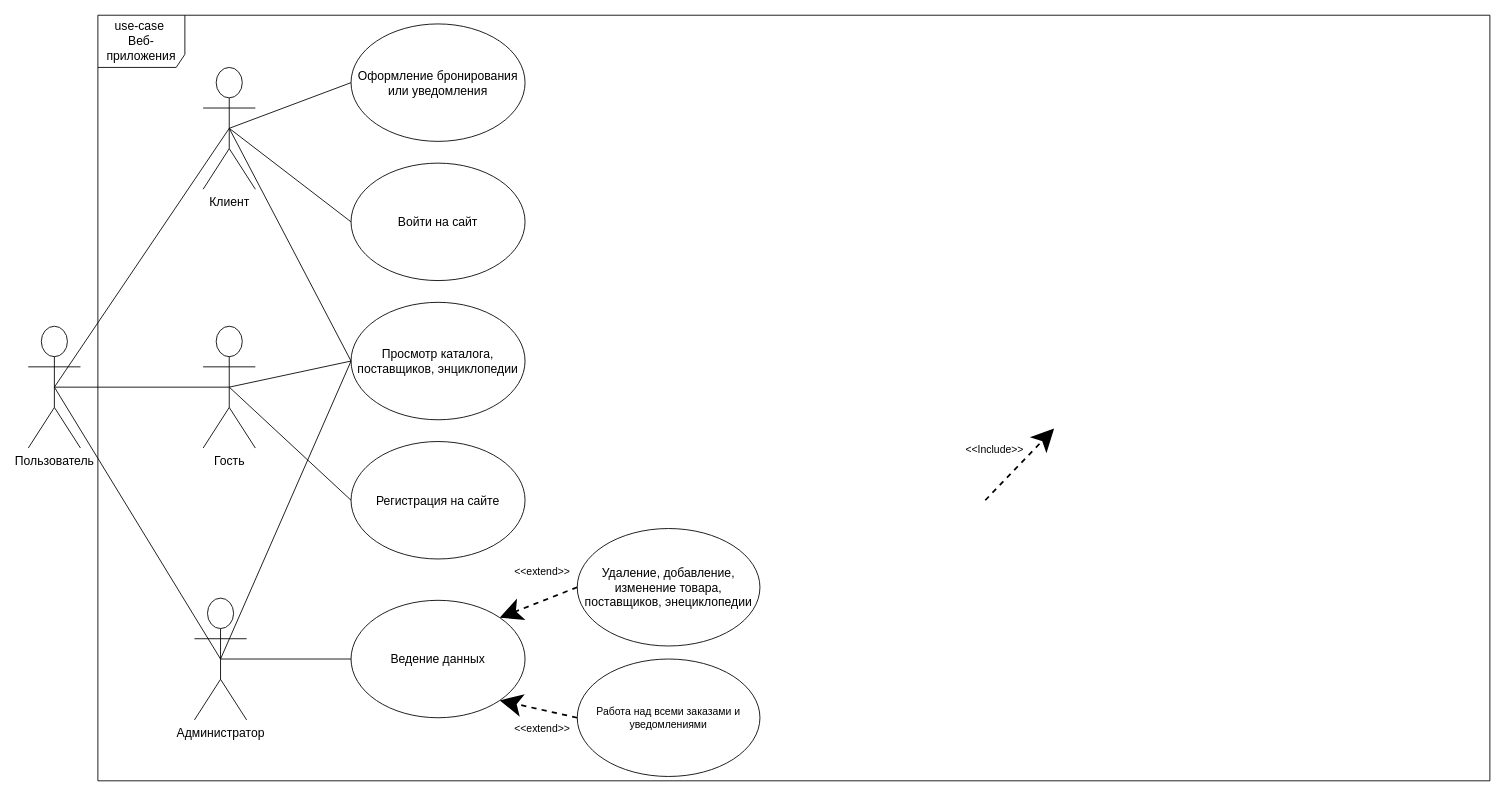
Earlier version of the draw.io diagram documentation/UML Web-appl.drawio (romankuz19/web-application-coursework). Source tidied: cells renumbered, new cells numbered last; positions are measured from the earlier drawing's top-left corner, leaving out a move shared by most shapes. Both pictures are drawn from the tidied source at 87%, with x=0, y=0 at pixel (28, 15).
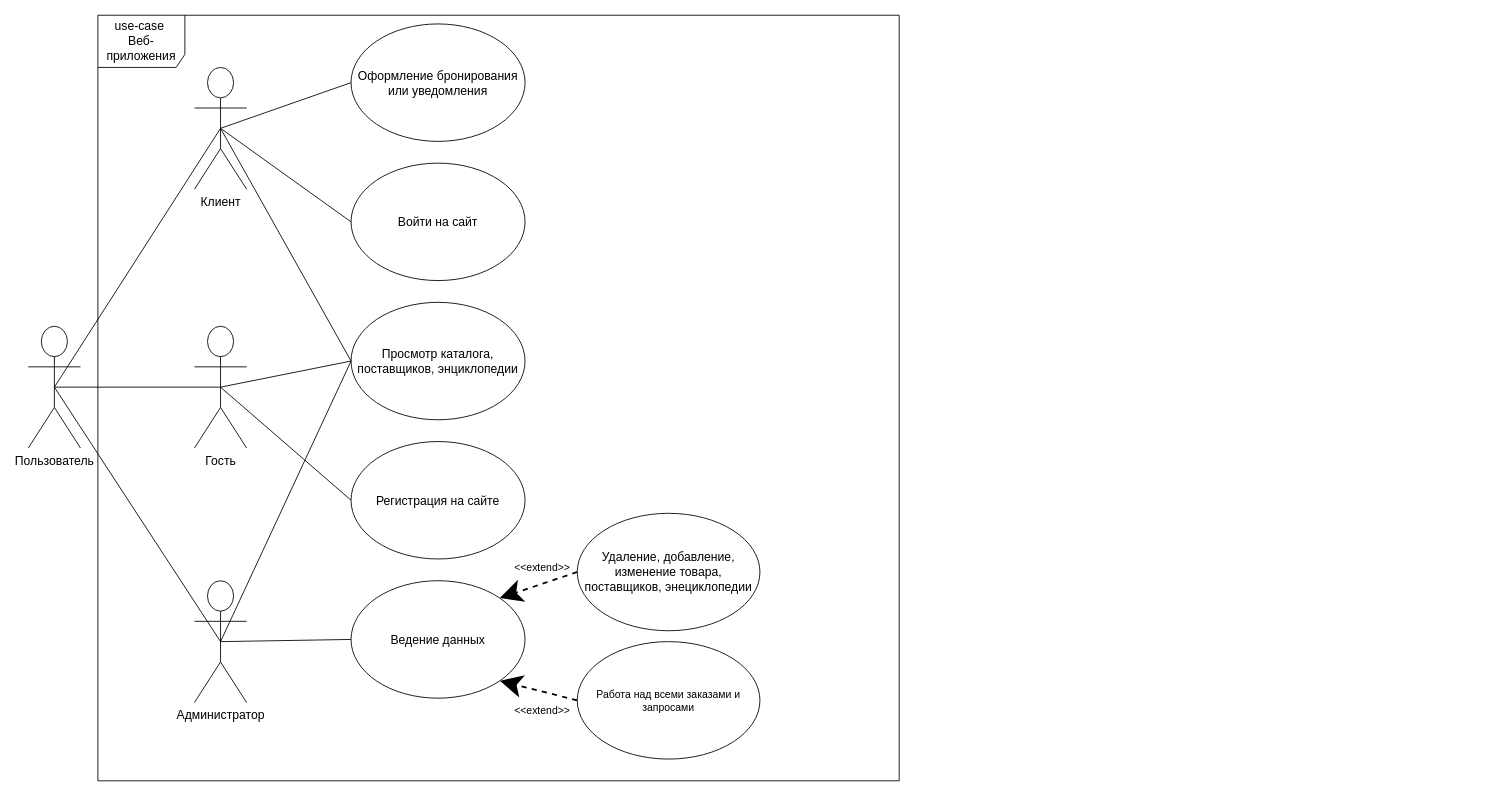
Above is the later version.

What changed in the source:
```diff
@@
     <mxCell id="2" value="&lt;font style=&quot;font-size: 14px&quot;&gt;use-case&amp;nbsp;&lt;br&gt;Веб-приложения&lt;br&gt;&lt;/font&gt;" style="shape=umlFrame;whiteSpace=wrap;html=1;width=100;height=60;perimeterSpacing=0;shadow=0;" parent="1" vertex="1">
-      <mxGeometry x="80" width="1600" height="880" as="geometry" />
+      <mxGeometry x="80" width="921" height="880" as="geometry" />
     </mxCell>
@@
-    <mxCell id="5" style="edgeStyle=none;rounded=0;jumpStyle=none;jumpSize=21;orthogonalLoop=1;jettySize=auto;html=1;exitX=1;exitY=0.5;exitDx=0;exitDy=0;entryX=0;entryY=1;entryDx=0;entryDy=0;dashed=1;startSize=19;endSize=20;strokeWidth=2;" parent="1" edge="1">
-      <mxGeometry relative="1" as="geometry">
-        <mxPoint x="1100" y="557.5" as="sourcePoint" />
-        <mxPoint x="1179.1" y="475.1" as="targetPoint" />
-      </mxGeometry>
-    </mxCell>
-    <mxCell id="6" value="&amp;lt;&amp;lt;Include&amp;gt;&amp;gt;" style="text;html=1;strokeColor=none;fillColor=none;align=center;verticalAlign=middle;whiteSpace=wrap;rounded=0;shadow=0;" parent="1" vertex="1">
-      <mxGeometry x="1091" y="490" width="40" height="20" as="geometry" />
-    </mxCell>
@@
     <mxCell id="8" value="&lt;font style=&quot;font-size: 14px&quot;&gt;Гость&lt;/font&gt;" style="shape=umlActor;verticalLabelPosition=bottom;verticalAlign=top;html=1;" parent="1" vertex="1">
-      <mxGeometry x="201" y="357.5" width="60" height="140" as="geometry" />
+      <mxGeometry x="191" y="357.5" width="60" height="140" as="geometry" />
     </mxCell>
     <mxCell id="9" value="&lt;font style=&quot;font-size: 14px&quot;&gt;Клиент&lt;/font&gt;" style="shape=umlActor;verticalLabelPosition=bottom;verticalAlign=top;html=1;" parent="1" vertex="1">
-      <mxGeometry x="201" y="60" width="60" height="140" as="geometry" />
+      <mxGeometry x="191" y="60" width="60" height="140" as="geometry" />
     </mxCell>
@@
     <mxCell id="19" value="&lt;font style=&quot;font-size: 14px&quot;&gt;Администратор&lt;/font&gt;" style="shape=umlActor;verticalLabelPosition=bottom;verticalAlign=top;html=1;" parent="1" vertex="1">
-      <mxGeometry x="191" y="670" width="60" height="140" as="geometry" />
+      <mxGeometry x="191" y="650" width="60" height="140" as="geometry" />
     </mxCell>
@@
     <mxCell id="21" value="&lt;span style=&quot;font-size: 14px&quot;&gt;Ведение данных&lt;/span&gt;" style="ellipse;whiteSpace=wrap;html=1;" parent="1" vertex="1">
-      <mxGeometry x="371" y="672.5" width="200" height="135" as="geometry" />
+      <mxGeometry x="371" y="650" width="200" height="135" as="geometry" />
     </mxCell>
     <mxCell id="22" value="&lt;span style=&quot;font-size: 14px&quot;&gt;Удаление, добавление, изменение товара, поставщиков, энециклопедии&lt;/span&gt;" style="ellipse;whiteSpace=wrap;html=1;" parent="1" vertex="1">
-      <mxGeometry x="631" y="590" width="210" height="135" as="geometry" />
+      <mxGeometry x="631" y="572.5" width="210" height="135" as="geometry" />
     </mxCell>
-    <mxCell id="23" value="Работа над всеми заказами и уведомлениями" style="ellipse;whiteSpace=wrap;html=1;" parent="1" vertex="1">
-      <mxGeometry x="631" y="740" width="210" height="135" as="geometry" />
+    <mxCell id="23" value="Работа над всеми заказами и запросами" style="ellipse;whiteSpace=wrap;html=1;" parent="1" vertex="1">
+      <mxGeometry x="631" y="720" width="210" height="135" as="geometry" />
     </mxCell>
@@
     <mxCell id="27" value="&amp;lt;&amp;lt;extend&amp;gt;&amp;gt;" style="text;html=1;strokeColor=none;fillColor=none;align=center;verticalAlign=middle;whiteSpace=wrap;rounded=0;shadow=0;" parent="1" vertex="1">
-      <mxGeometry x="571" y="630" width="40" height="20" as="geometry" />
+      <mxGeometry x="571" y="625" width="40" height="20" as="geometry" />
     </mxCell>
@@
     <mxCell id="29" value="&amp;lt;&amp;lt;extend&amp;gt;&amp;gt;" style="text;html=1;strokeColor=none;fillColor=none;align=center;verticalAlign=middle;whiteSpace=wrap;rounded=0;shadow=0;" parent="1" vertex="1">
-      <mxGeometry x="571" y="810" width="40" height="20" as="geometry" />
+      <mxGeometry x="571" y="790" width="40" height="20" as="geometry" />
     </mxCell>
```
